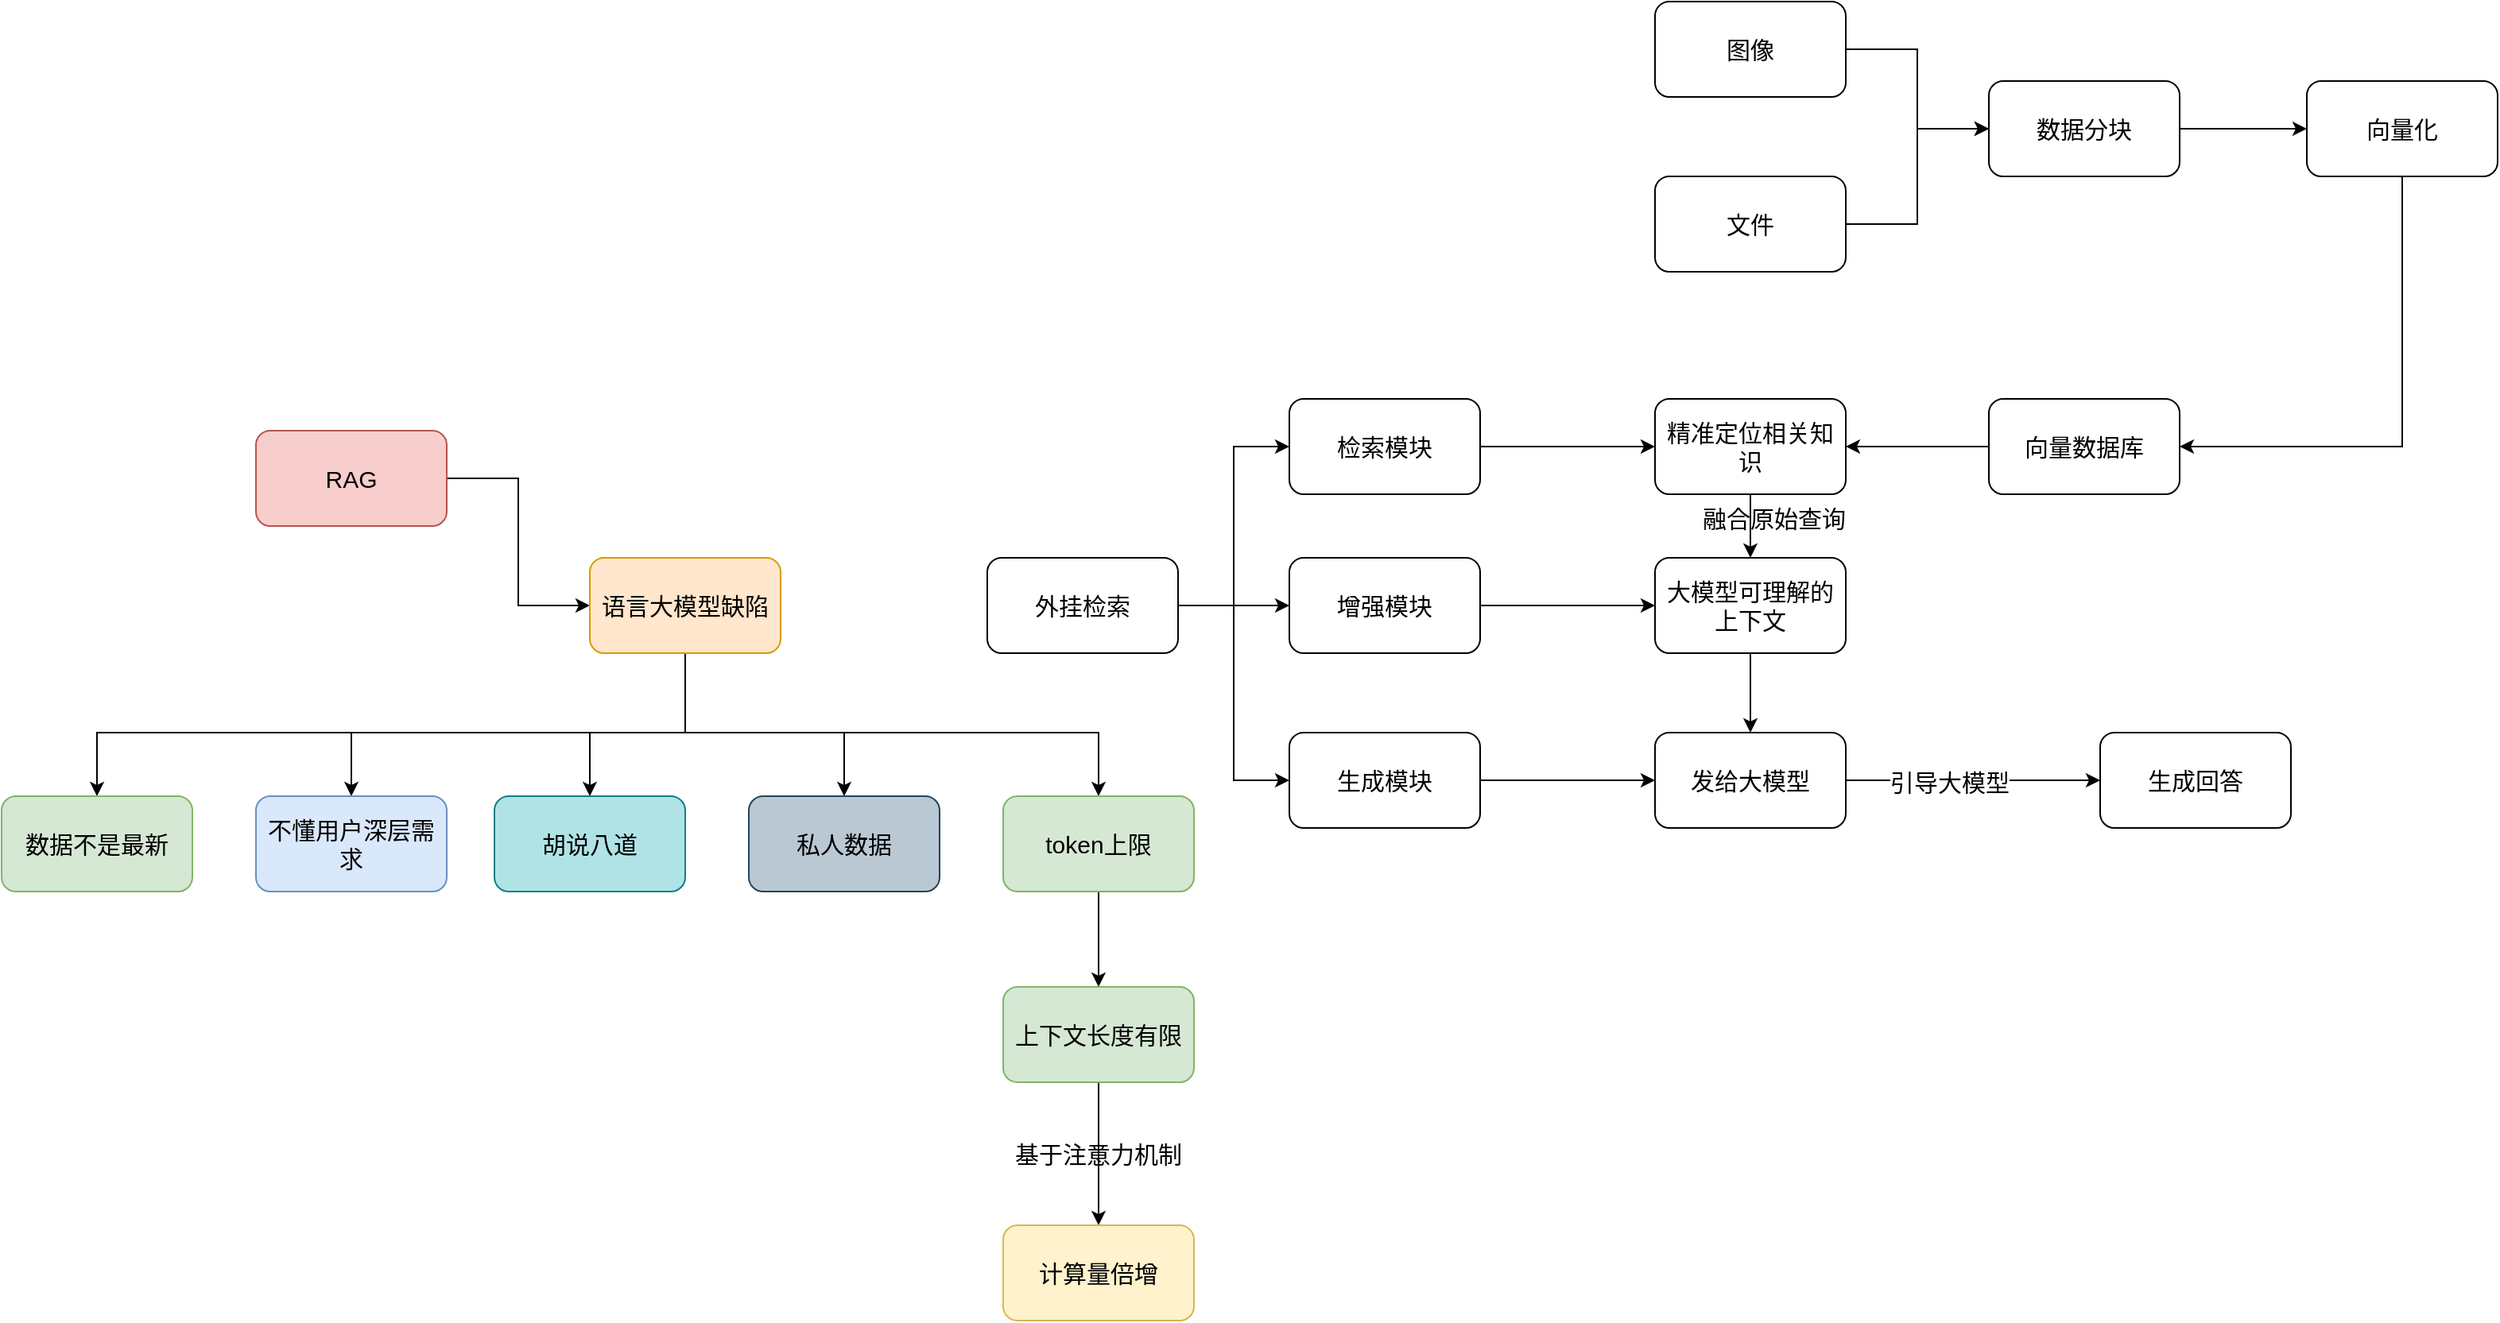
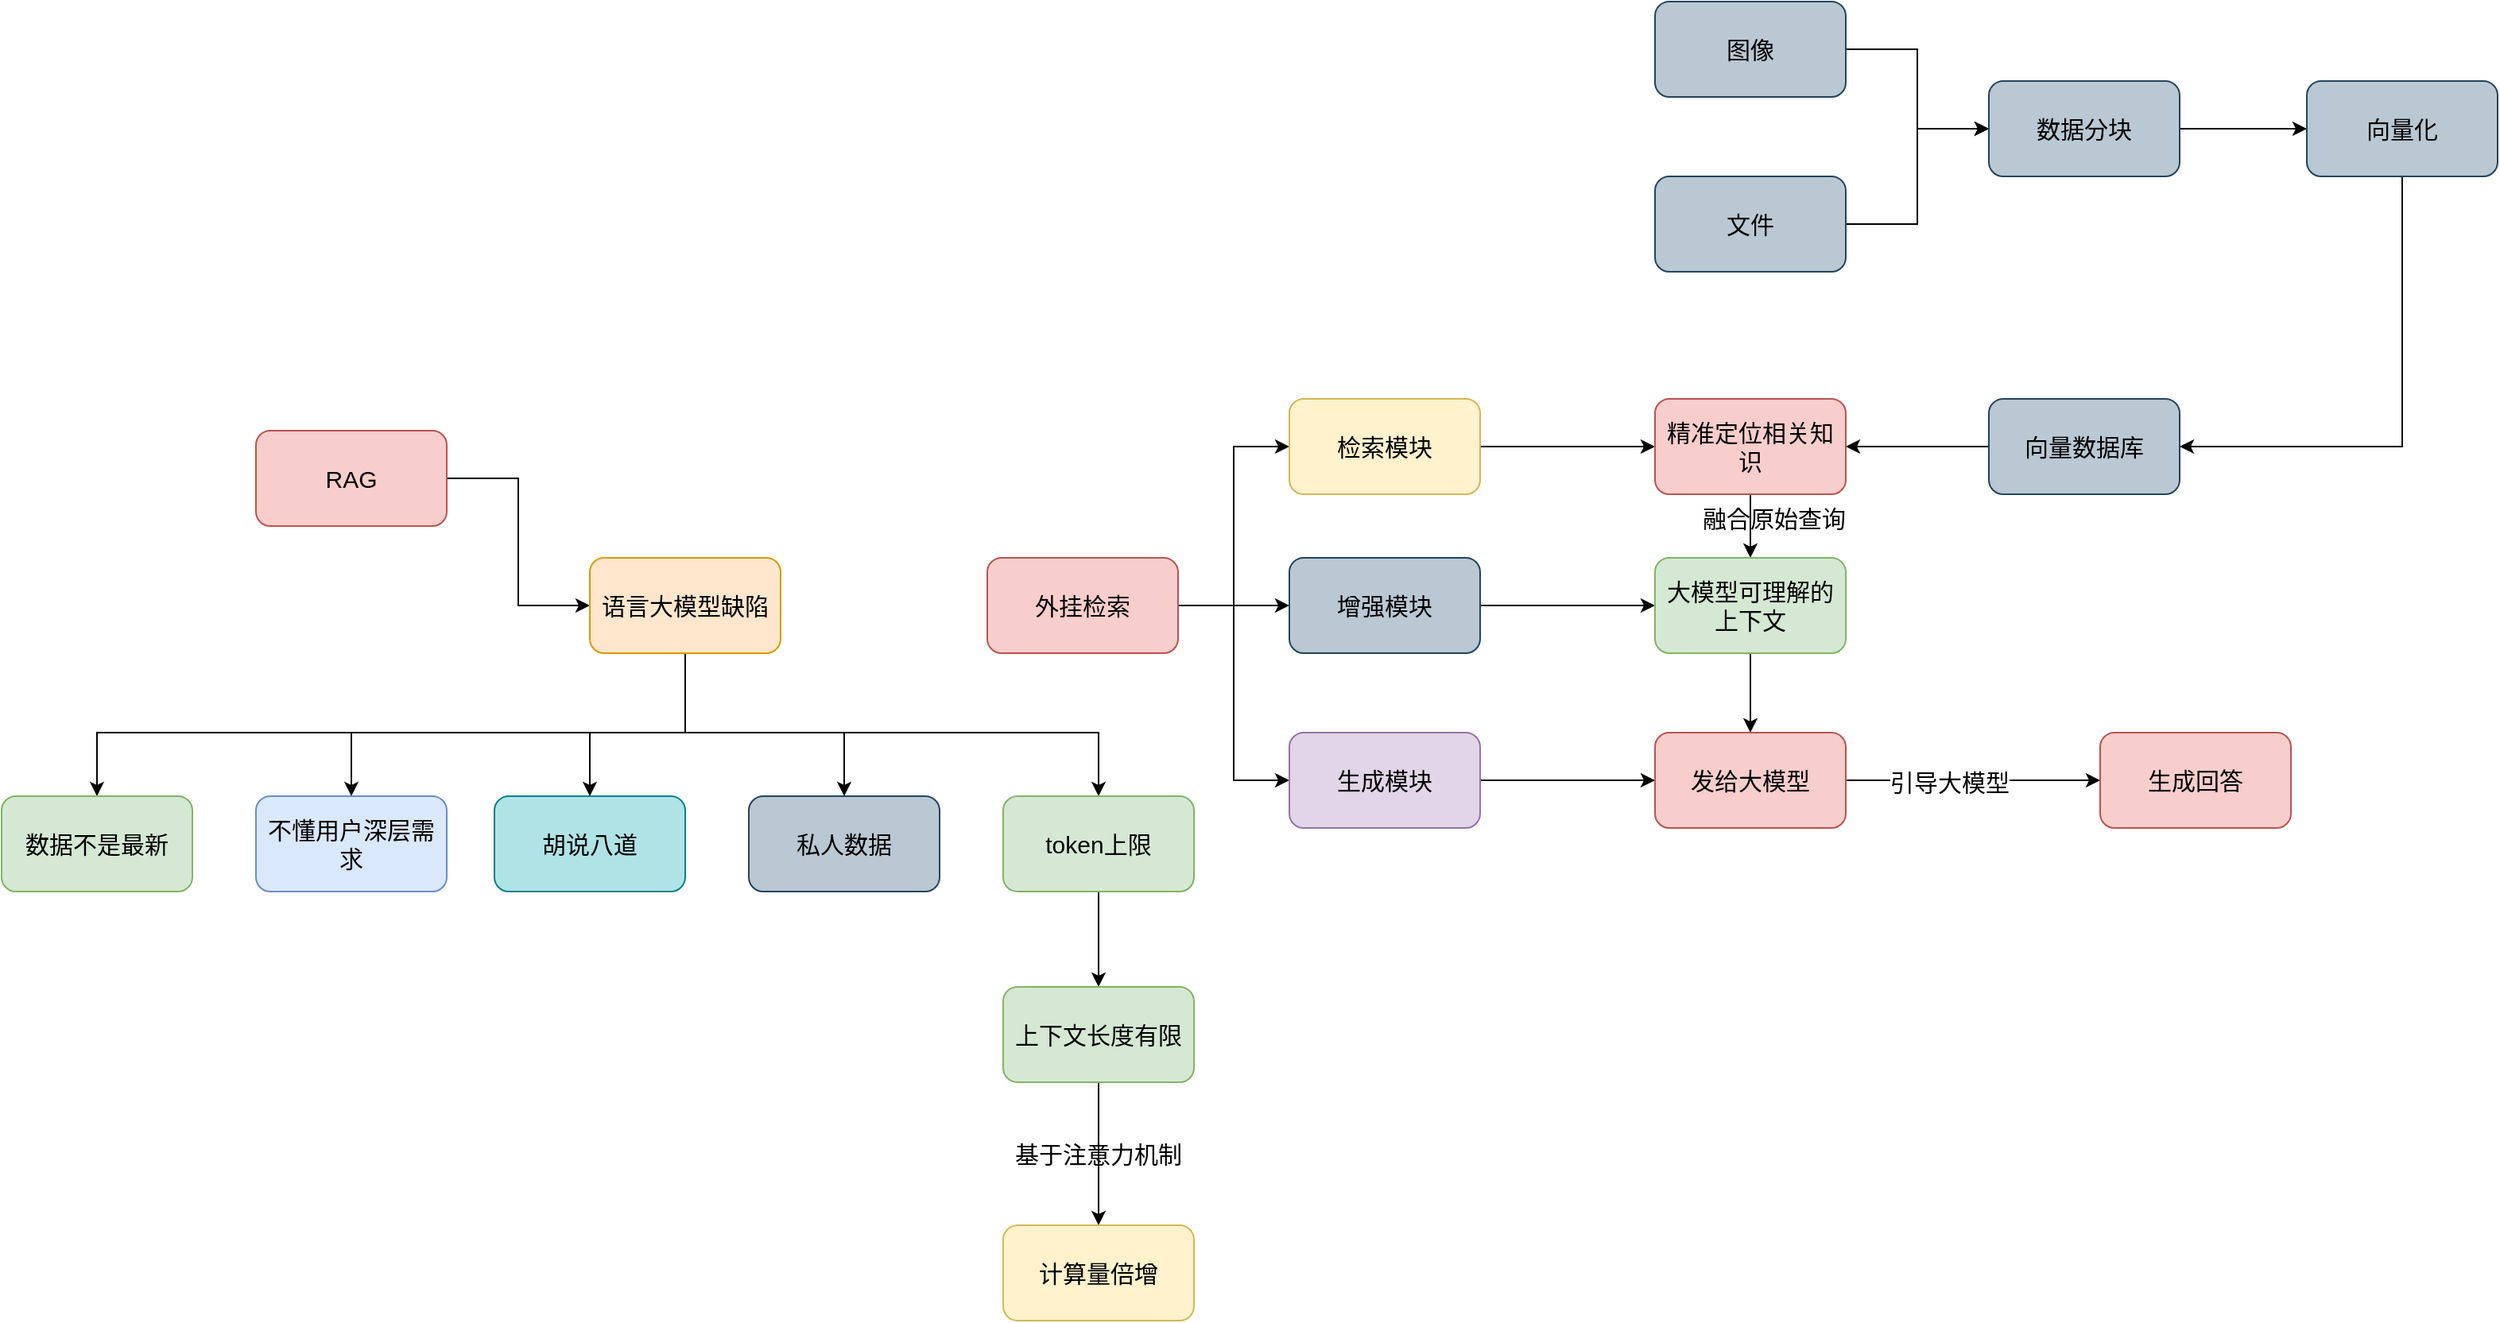
<mxfile host="app.diagrams.net">
  <diagram name="第 1 页" id="C1UXl3RI-0u5TosqB3D1">
    <mxGraphModel dx="1030" dy="1738" grid="1" gridSize="10" guides="1" tooltips="1" connect="1" arrows="1" fold="1" page="1" pageScale="1" pageWidth="827" pageHeight="1169" math="0" shadow="0">
      <root>
        <mxCell id="0" />
        <mxCell id="1" parent="0" />
        <mxCell id="IXoJGQ1K-5Z_JoZ640mi-1" edge="1" parent="1" source="UQ7rByI2wm6I-29Dq2hl-1" style="edgeStyle=orthogonalEdgeStyle;rounded=0;orthogonalLoop=1;jettySize=auto;html=1;entryX=0;entryY=0.5;entryDx=0;entryDy=0;fontSize=15;" target="UQ7rByI2wm6I-29Dq2hl-2">
          <mxGeometry relative="1" as="geometry" />
        </mxCell>
        <mxCell id="UQ7rByI2wm6I-29Dq2hl-1" parent="1" style="rounded=1;whiteSpace=wrap;html=1;fillColor=#f8cecc;strokeColor=#b85450;fontSize=15;" value="RAG" vertex="1">
          <mxGeometry height="60" width="120" x="160" y="80" as="geometry" />
        </mxCell>
        <mxCell id="IXoJGQ1K-5Z_JoZ640mi-2" edge="1" parent="1" style="edgeStyle=orthogonalEdgeStyle;rounded=0;orthogonalLoop=1;jettySize=auto;html=1;entryX=0.5;entryY=0;entryDx=0;entryDy=0;fontSize=15;" target="UQ7rByI2wm6I-29Dq2hl-3">
          <mxGeometry relative="1" as="geometry">
            <Array as="points">
              <mxPoint x="430" y="270" />
              <mxPoint x="60" y="270" />
            </Array>
            <mxPoint x="430" y="230" as="sourcePoint" />
            <mxPoint x="60" y="290" as="targetPoint" />
          </mxGeometry>
        </mxCell>
        <mxCell id="IXoJGQ1K-5Z_JoZ640mi-3" edge="1" parent="1" source="UQ7rByI2wm6I-29Dq2hl-2" style="edgeStyle=orthogonalEdgeStyle;rounded=0;orthogonalLoop=1;jettySize=auto;html=1;fontSize=15;" target="UQ7rByI2wm6I-29Dq2hl-4">
          <mxGeometry relative="1" as="geometry">
            <Array as="points">
              <mxPoint x="430" y="270" />
              <mxPoint x="220" y="270" />
            </Array>
          </mxGeometry>
        </mxCell>
        <mxCell id="IXoJGQ1K-5Z_JoZ640mi-4" edge="1" parent="1" source="UQ7rByI2wm6I-29Dq2hl-2" style="edgeStyle=orthogonalEdgeStyle;rounded=0;orthogonalLoop=1;jettySize=auto;html=1;entryX=0.5;entryY=0;entryDx=0;entryDy=0;fontSize=15;" target="UQ7rByI2wm6I-29Dq2hl-5">
          <mxGeometry relative="1" as="geometry">
            <Array as="points">
              <mxPoint x="430" y="270" />
              <mxPoint x="370" y="270" />
            </Array>
          </mxGeometry>
        </mxCell>
        <mxCell id="IXoJGQ1K-5Z_JoZ640mi-5" edge="1" parent="1" source="UQ7rByI2wm6I-29Dq2hl-2" style="edgeStyle=orthogonalEdgeStyle;rounded=0;orthogonalLoop=1;jettySize=auto;html=1;entryX=0.5;entryY=0;entryDx=0;entryDy=0;fontSize=15;" target="UQ7rByI2wm6I-29Dq2hl-6">
          <mxGeometry relative="1" as="geometry">
            <Array as="points">
              <mxPoint x="430" y="270" />
              <mxPoint x="530" y="270" />
            </Array>
          </mxGeometry>
        </mxCell>
        <mxCell id="IXoJGQ1K-5Z_JoZ640mi-6" edge="1" parent="1" source="UQ7rByI2wm6I-29Dq2hl-2" style="edgeStyle=orthogonalEdgeStyle;rounded=0;orthogonalLoop=1;jettySize=auto;html=1;entryX=0.5;entryY=0;entryDx=0;entryDy=0;fontSize=15;" target="UQ7rByI2wm6I-29Dq2hl-7">
          <mxGeometry relative="1" as="geometry">
            <Array as="points">
              <mxPoint x="430" y="270" />
              <mxPoint x="690" y="270" />
            </Array>
          </mxGeometry>
        </mxCell>
        <mxCell id="UQ7rByI2wm6I-29Dq2hl-2" parent="1" style="rounded=1;whiteSpace=wrap;html=1;fillColor=#ffe6cc;strokeColor=#d79b00;fontSize=15;" value="语言大模型缺陷" vertex="1">
          <mxGeometry height="60" width="120" x="370" y="160" as="geometry" />
        </mxCell>
        <mxCell id="UQ7rByI2wm6I-29Dq2hl-3" parent="1" style="rounded=1;whiteSpace=wrap;html=1;fillColor=#d5e8d4;strokeColor=#82b366;fontSize=15;" value="数据不是最新" vertex="1">
          <mxGeometry height="60" width="120" y="310" as="geometry" />
        </mxCell>
        <mxCell id="UQ7rByI2wm6I-29Dq2hl-4" parent="1" style="rounded=1;whiteSpace=wrap;html=1;fillColor=#dae8fc;strokeColor=#6c8ebf;fontSize=15;" value="不懂用户深层需求" vertex="1">
          <mxGeometry height="60" width="120" x="160" y="310" as="geometry" />
        </mxCell>
        <mxCell id="UQ7rByI2wm6I-29Dq2hl-5" parent="1" style="rounded=1;whiteSpace=wrap;html=1;fillColor=#b0e3e6;strokeColor=#0e8088;fontSize=15;" value="胡说八道" vertex="1">
          <mxGeometry height="60" width="120" x="310" y="310" as="geometry" />
        </mxCell>
        <mxCell id="UQ7rByI2wm6I-29Dq2hl-6" parent="1" style="rounded=1;whiteSpace=wrap;html=1;fillColor=#bac8d3;strokeColor=#23445d;fontSize=15;" value="私人数据" vertex="1">
          <mxGeometry height="60" width="120" x="470" y="310" as="geometry" />
        </mxCell>
        <mxCell id="IXoJGQ1K-5Z_JoZ640mi-7" edge="1" parent="1" source="UQ7rByI2wm6I-29Dq2hl-7" style="edgeStyle=orthogonalEdgeStyle;rounded=0;orthogonalLoop=1;jettySize=auto;html=1;entryX=0.5;entryY=0;entryDx=0;entryDy=0;fontSize=15;" target="UQ7rByI2wm6I-29Dq2hl-8">
          <mxGeometry relative="1" as="geometry" />
        </mxCell>
        <mxCell id="UQ7rByI2wm6I-29Dq2hl-7" parent="1" style="rounded=1;whiteSpace=wrap;html=1;fillColor=#d5e8d4;strokeColor=#82b366;fontSize=15;" value="token上限" vertex="1">
          <mxGeometry height="60" width="120" x="630" y="310" as="geometry" />
        </mxCell>
        <mxCell id="IXoJGQ1K-5Z_JoZ640mi-8" edge="1" parent="1" source="UQ7rByI2wm6I-29Dq2hl-8" style="edgeStyle=orthogonalEdgeStyle;rounded=0;orthogonalLoop=1;jettySize=auto;html=1;entryX=0.5;entryY=0;entryDx=0;entryDy=0;fontSize=15;" target="UQ7rByI2wm6I-29Dq2hl-9">
          <mxGeometry relative="1" as="geometry" />
        </mxCell>
        <mxCell id="UQ7rByI2wm6I-29Dq2hl-8" parent="1" style="rounded=1;whiteSpace=wrap;html=1;fillColor=#d5e8d4;strokeColor=#82b366;fontSize=15;" value="上下文长度有限" vertex="1">
          <mxGeometry height="60" width="120" x="630" y="430" as="geometry" />
        </mxCell>
        <mxCell id="UQ7rByI2wm6I-29Dq2hl-9" parent="1" style="rounded=1;whiteSpace=wrap;html=1;fillColor=#fff2cc;strokeColor=#d6b656;fontSize=15;" value="计算量倍增" vertex="1">
          <mxGeometry height="60" width="120" x="630" y="580" as="geometry" />
        </mxCell>
        <mxCell id="IXoJGQ1K-5Z_JoZ640mi-9" parent="1" style="text;html=1;whiteSpace=wrap;strokeColor=none;fillColor=none;align=center;verticalAlign=middle;rounded=0;fontSize=15;" value="基于注意力机制" vertex="1">
          <mxGeometry height="30" width="140" x="620" y="520" as="geometry" />
        </mxCell>
        <mxCell id="IXoJGQ1K-5Z_JoZ640mi-30" edge="1" parent="1" source="IXoJGQ1K-5Z_JoZ640mi-10" style="edgeStyle=orthogonalEdgeStyle;rounded=0;orthogonalLoop=1;jettySize=auto;html=1;entryX=0;entryY=0.5;entryDx=0;entryDy=0;fontSize=15;" target="IXoJGQ1K-5Z_JoZ640mi-11">
          <mxGeometry relative="1" as="geometry" />
        </mxCell>
        <mxCell id="IXoJGQ1K-5Z_JoZ640mi-31" edge="1" parent="1" source="IXoJGQ1K-5Z_JoZ640mi-10" style="edgeStyle=orthogonalEdgeStyle;rounded=0;orthogonalLoop=1;jettySize=auto;html=1;entryX=0;entryY=0.5;entryDx=0;entryDy=0;fontSize=15;" target="IXoJGQ1K-5Z_JoZ640mi-12">
          <mxGeometry relative="1" as="geometry" />
        </mxCell>
        <mxCell id="IXoJGQ1K-5Z_JoZ640mi-32" edge="1" parent="1" source="IXoJGQ1K-5Z_JoZ640mi-10" style="edgeStyle=orthogonalEdgeStyle;rounded=0;orthogonalLoop=1;jettySize=auto;html=1;entryX=0;entryY=0.5;entryDx=0;entryDy=0;fontSize=15;" target="IXoJGQ1K-5Z_JoZ640mi-13">
          <mxGeometry relative="1" as="geometry" />
        </mxCell>
-         <mxCell id="IXoJGQ1K-5Z_JoZ640mi-10" parent="1" style="rounded=1;whiteSpace=wrap;html=1;fontSize=15;" value="外挂检索" vertex="1">
+         <mxCell id="IXoJGQ1K-5Z_JoZ640mi-10" parent="1" style="rounded=1;whiteSpace=wrap;html=1;fontSize=15;fillColor=#f8cecc;strokeColor=#b85450;" value="外挂检索" vertex="1">
          <mxGeometry height="60" width="120" x="620" y="160" as="geometry" />
        </mxCell>
        <mxCell id="IXoJGQ1K-5Z_JoZ640mi-27" edge="1" parent="1" source="IXoJGQ1K-5Z_JoZ640mi-11" style="edgeStyle=orthogonalEdgeStyle;rounded=0;orthogonalLoop=1;jettySize=auto;html=1;entryX=0;entryY=0.5;entryDx=0;entryDy=0;fontSize=15;" target="IXoJGQ1K-5Z_JoZ640mi-14">
          <mxGeometry relative="1" as="geometry" />
        </mxCell>
-         <mxCell id="IXoJGQ1K-5Z_JoZ640mi-11" parent="1" style="rounded=1;whiteSpace=wrap;html=1;fontSize=15;" value="检索模块" vertex="1">
+         <mxCell id="IXoJGQ1K-5Z_JoZ640mi-11" parent="1" style="rounded=1;whiteSpace=wrap;html=1;fontSize=15;fillColor=#fff2cc;strokeColor=#d6b656;" value="检索模块" vertex="1">
          <mxGeometry height="60" width="120" x="810" y="60" as="geometry" />
        </mxCell>
        <mxCell id="IXoJGQ1K-5Z_JoZ640mi-28" edge="1" parent="1" source="IXoJGQ1K-5Z_JoZ640mi-12" style="edgeStyle=orthogonalEdgeStyle;rounded=0;orthogonalLoop=1;jettySize=auto;html=1;entryX=0;entryY=0.5;entryDx=0;entryDy=0;fontSize=15;" target="IXoJGQ1K-5Z_JoZ640mi-15">
          <mxGeometry relative="1" as="geometry" />
        </mxCell>
-         <mxCell id="IXoJGQ1K-5Z_JoZ640mi-12" parent="1" style="rounded=1;whiteSpace=wrap;html=1;fontSize=15;" value="增强模块" vertex="1">
+         <mxCell id="IXoJGQ1K-5Z_JoZ640mi-12" parent="1" style="rounded=1;whiteSpace=wrap;html=1;fontSize=15;fillColor=#bac8d3;strokeColor=#23445d;" value="增强模块" vertex="1">
          <mxGeometry height="60" width="120" x="810" y="160" as="geometry" />
        </mxCell>
        <mxCell id="IXoJGQ1K-5Z_JoZ640mi-29" edge="1" parent="1" source="IXoJGQ1K-5Z_JoZ640mi-13" style="edgeStyle=orthogonalEdgeStyle;rounded=0;orthogonalLoop=1;jettySize=auto;html=1;entryX=0;entryY=0.5;entryDx=0;entryDy=0;fontSize=15;" target="IXoJGQ1K-5Z_JoZ640mi-16">
          <mxGeometry relative="1" as="geometry" />
        </mxCell>
-         <mxCell id="IXoJGQ1K-5Z_JoZ640mi-13" parent="1" style="rounded=1;whiteSpace=wrap;html=1;fontSize=15;" value="生成模块" vertex="1">
+         <mxCell id="IXoJGQ1K-5Z_JoZ640mi-13" parent="1" style="rounded=1;whiteSpace=wrap;html=1;fontSize=15;fillColor=#e1d5e7;strokeColor=#9673a6;" value="生成模块" vertex="1">
          <mxGeometry height="60" width="120" x="810" y="270" as="geometry" />
        </mxCell>
        <mxCell id="IXoJGQ1K-5Z_JoZ640mi-34" edge="1" parent="1" source="IXoJGQ1K-5Z_JoZ640mi-14" style="edgeStyle=orthogonalEdgeStyle;rounded=0;orthogonalLoop=1;jettySize=auto;html=1;entryX=0.5;entryY=0;entryDx=0;entryDy=0;fontSize=15;" target="IXoJGQ1K-5Z_JoZ640mi-15">
          <mxGeometry relative="1" as="geometry" />
        </mxCell>
-         <mxCell id="IXoJGQ1K-5Z_JoZ640mi-14" parent="1" style="rounded=1;whiteSpace=wrap;html=1;fontSize=15;" value="精准定位相关知识" vertex="1">
+         <mxCell id="IXoJGQ1K-5Z_JoZ640mi-14" parent="1" style="rounded=1;whiteSpace=wrap;html=1;fontSize=15;fillColor=#f8cecc;strokeColor=#b85450;" value="精准定位相关知识" vertex="1">
          <mxGeometry height="60" width="120" x="1040" y="60" as="geometry" />
        </mxCell>
        <mxCell id="IXoJGQ1K-5Z_JoZ640mi-35" edge="1" parent="1" source="IXoJGQ1K-5Z_JoZ640mi-15" style="edgeStyle=orthogonalEdgeStyle;rounded=0;orthogonalLoop=1;jettySize=auto;html=1;entryX=0.5;entryY=0;entryDx=0;entryDy=0;fontSize=15;" target="IXoJGQ1K-5Z_JoZ640mi-16">
          <mxGeometry relative="1" as="geometry" />
        </mxCell>
-         <mxCell id="IXoJGQ1K-5Z_JoZ640mi-15" parent="1" style="rounded=1;whiteSpace=wrap;html=1;fontSize=15;" value="大模型可理解的上下文" vertex="1">
+         <mxCell id="IXoJGQ1K-5Z_JoZ640mi-15" parent="1" style="rounded=1;whiteSpace=wrap;html=1;fontSize=15;fillColor=#d5e8d4;strokeColor=#82b366;" value="大模型可理解的上下文" vertex="1">
          <mxGeometry height="60" width="120" x="1040" y="160" as="geometry" />
        </mxCell>
        <mxCell id="IXoJGQ1K-5Z_JoZ640mi-36" edge="1" parent="1" source="IXoJGQ1K-5Z_JoZ640mi-16" style="edgeStyle=orthogonalEdgeStyle;rounded=0;orthogonalLoop=1;jettySize=auto;html=1;entryX=0;entryY=0.5;entryDx=0;entryDy=0;fontSize=15;" target="IXoJGQ1K-5Z_JoZ640mi-33">
          <mxGeometry relative="1" as="geometry" />
        </mxCell>
        <mxCell id="IXoJGQ1K-5Z_JoZ640mi-37" connectable="0" parent="IXoJGQ1K-5Z_JoZ640mi-36" style="edgeLabel;html=1;align=center;verticalAlign=middle;resizable=0;points=[];fontSize=15;" value="引导大模型" vertex="1">
          <mxGeometry relative="1" x="-0.1925" y="-1" as="geometry">
            <mxPoint as="offset" />
          </mxGeometry>
        </mxCell>
-         <mxCell id="IXoJGQ1K-5Z_JoZ640mi-16" parent="1" style="rounded=1;whiteSpace=wrap;html=1;fontSize=15;" value="发给大模型" vertex="1">
+         <mxCell id="IXoJGQ1K-5Z_JoZ640mi-16" parent="1" style="rounded=1;whiteSpace=wrap;html=1;fontSize=15;fillColor=#f8cecc;strokeColor=#b85450;" value="发给大模型" vertex="1">
          <mxGeometry height="60" width="120" x="1040" y="270" as="geometry" />
        </mxCell>
        <mxCell id="IXoJGQ1K-5Z_JoZ640mi-26" edge="1" parent="1" source="IXoJGQ1K-5Z_JoZ640mi-17" style="edgeStyle=orthogonalEdgeStyle;rounded=0;orthogonalLoop=1;jettySize=auto;html=1;entryX=1;entryY=0.5;entryDx=0;entryDy=0;fontSize=15;" target="IXoJGQ1K-5Z_JoZ640mi-14">
          <mxGeometry relative="1" as="geometry" />
        </mxCell>
-         <mxCell id="IXoJGQ1K-5Z_JoZ640mi-17" parent="1" style="rounded=1;whiteSpace=wrap;html=1;fontSize=15;" value="向量数据库" vertex="1">
+         <mxCell id="IXoJGQ1K-5Z_JoZ640mi-17" parent="1" style="rounded=1;whiteSpace=wrap;html=1;fontSize=15;fillColor=#bac8d3;strokeColor=#23445d;" value="向量数据库" vertex="1">
          <mxGeometry height="60" width="120" x="1250" y="60" as="geometry" />
        </mxCell>
        <mxCell id="IXoJGQ1K-5Z_JoZ640mi-22" edge="1" parent="1" source="IXoJGQ1K-5Z_JoZ640mi-18" style="edgeStyle=orthogonalEdgeStyle;rounded=0;orthogonalLoop=1;jettySize=auto;html=1;entryX=0;entryY=0.5;entryDx=0;entryDy=0;fontSize=15;" target="IXoJGQ1K-5Z_JoZ640mi-20">
          <mxGeometry relative="1" as="geometry" />
        </mxCell>
-         <mxCell id="IXoJGQ1K-5Z_JoZ640mi-18" parent="1" style="rounded=1;whiteSpace=wrap;html=1;fontSize=15;" value="图像" vertex="1">
+         <mxCell id="IXoJGQ1K-5Z_JoZ640mi-18" parent="1" style="rounded=1;whiteSpace=wrap;html=1;fontSize=15;fillColor=#bac8d3;strokeColor=#23445d;" value="图像" vertex="1">
          <mxGeometry height="60" width="120" x="1040" y="-190" as="geometry" />
        </mxCell>
        <mxCell id="IXoJGQ1K-5Z_JoZ640mi-23" edge="1" parent="1" source="IXoJGQ1K-5Z_JoZ640mi-19" style="edgeStyle=orthogonalEdgeStyle;rounded=0;orthogonalLoop=1;jettySize=auto;html=1;entryX=0;entryY=0.5;entryDx=0;entryDy=0;fontSize=15;" target="IXoJGQ1K-5Z_JoZ640mi-20">
          <mxGeometry relative="1" as="geometry" />
        </mxCell>
-         <mxCell id="IXoJGQ1K-5Z_JoZ640mi-19" parent="1" style="rounded=1;whiteSpace=wrap;html=1;fontSize=15;" value="文件" vertex="1">
+         <mxCell id="IXoJGQ1K-5Z_JoZ640mi-19" parent="1" style="rounded=1;whiteSpace=wrap;html=1;fontSize=15;fillColor=#bac8d3;strokeColor=#23445d;" value="文件" vertex="1">
          <mxGeometry height="60" width="120" x="1040" y="-80" as="geometry" />
        </mxCell>
        <mxCell id="IXoJGQ1K-5Z_JoZ640mi-24" edge="1" parent="1" source="IXoJGQ1K-5Z_JoZ640mi-20" style="edgeStyle=orthogonalEdgeStyle;rounded=0;orthogonalLoop=1;jettySize=auto;html=1;entryX=0;entryY=0.5;entryDx=0;entryDy=0;fontSize=15;" target="IXoJGQ1K-5Z_JoZ640mi-21">
          <mxGeometry relative="1" as="geometry" />
        </mxCell>
-         <mxCell id="IXoJGQ1K-5Z_JoZ640mi-20" parent="1" style="rounded=1;whiteSpace=wrap;html=1;fontSize=15;" value="数据分块" vertex="1">
+         <mxCell id="IXoJGQ1K-5Z_JoZ640mi-20" parent="1" style="rounded=1;whiteSpace=wrap;html=1;fontSize=15;fillColor=#bac8d3;strokeColor=#23445d;" value="数据分块" vertex="1">
          <mxGeometry height="60" width="120" x="1250" y="-140" as="geometry" />
        </mxCell>
        <mxCell id="IXoJGQ1K-5Z_JoZ640mi-25" edge="1" parent="1" source="IXoJGQ1K-5Z_JoZ640mi-21" style="edgeStyle=orthogonalEdgeStyle;rounded=0;orthogonalLoop=1;jettySize=auto;html=1;entryX=1;entryY=0.5;entryDx=0;entryDy=0;fontSize=15;" target="IXoJGQ1K-5Z_JoZ640mi-17">
          <mxGeometry relative="1" as="geometry">
            <Array as="points">
              <mxPoint x="1510" y="90" />
            </Array>
          </mxGeometry>
        </mxCell>
-         <mxCell id="IXoJGQ1K-5Z_JoZ640mi-21" parent="1" style="rounded=1;whiteSpace=wrap;html=1;fontSize=15;" value="向量化" vertex="1">
+         <mxCell id="IXoJGQ1K-5Z_JoZ640mi-21" parent="1" style="rounded=1;whiteSpace=wrap;html=1;fontSize=15;fillColor=#bac8d3;strokeColor=#23445d;" value="向量化" vertex="1">
          <mxGeometry height="60" width="120" x="1450" y="-140" as="geometry" />
        </mxCell>
-         <mxCell id="IXoJGQ1K-5Z_JoZ640mi-33" parent="1" style="rounded=1;whiteSpace=wrap;html=1;fontSize=15;" value="生成回答" vertex="1">
+         <mxCell id="IXoJGQ1K-5Z_JoZ640mi-33" parent="1" style="rounded=1;whiteSpace=wrap;html=1;fontSize=15;fillColor=#f8cecc;strokeColor=#b85450;" value="生成回答" vertex="1">
          <mxGeometry height="60" width="120" x="1320" y="270" as="geometry" />
        </mxCell>
        <mxCell id="IXoJGQ1K-5Z_JoZ640mi-38" parent="1" style="text;html=1;whiteSpace=wrap;strokeColor=none;fillColor=none;align=center;verticalAlign=middle;rounded=0;fontSize=15;" value="融合原始查询" vertex="1">
          <mxGeometry height="30" width="150" x="1040" y="120" as="geometry" />
        </mxCell>
      </root>
    </mxGraphModel>
  </diagram>
</mxfile>
